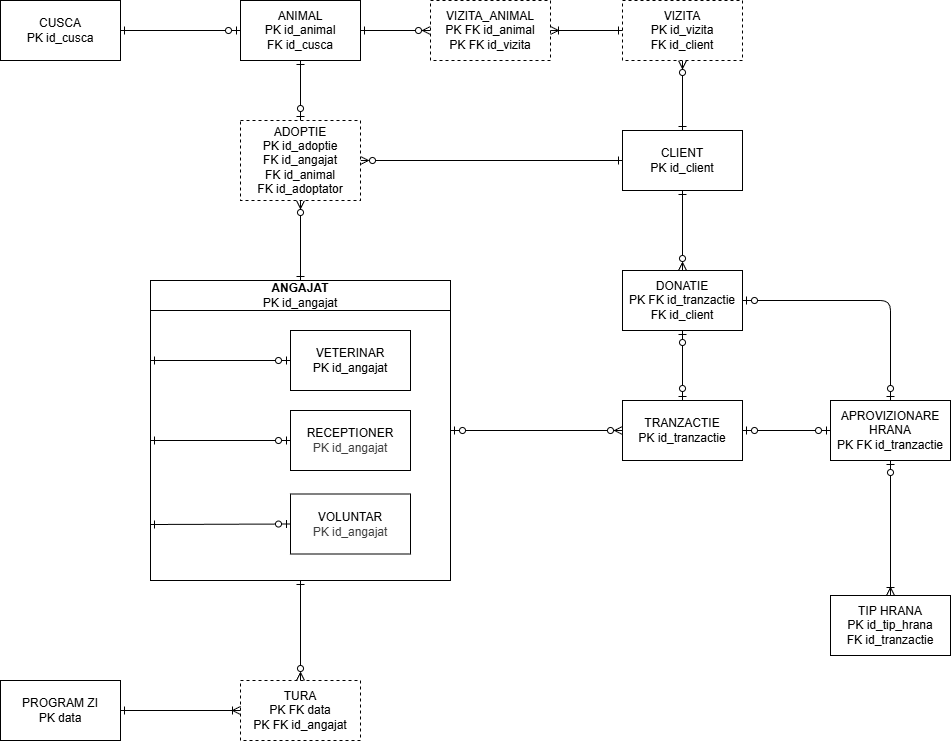
Before: resurse/img/schema-conceptuala-platforma-adoptii.png, a diagram exported from draw.io (Vlad576/Proiect-platforma-adoptii). Source tidied: cells renumbered, new cells last; positions are measured from the earlier drawing's top-left corner, leaving out a move shared by most shapes. The source it was exported from:
```xml
<mxGraphModel>
  <root>
    <mxCell id="0" />
    <mxCell id="1" parent="0" />
    <mxCell id="2" value="ANIMAL&lt;div&gt;PK id_animal&lt;/div&gt;&lt;div&gt;FK id_cusca&lt;/div&gt;" style="rounded=0;whiteSpace=wrap;html=1;" parent="1" vertex="1">
      <mxGeometry x="240" width="120" height="60" as="geometry" />
    </mxCell>
    <mxCell id="3" value="&lt;div&gt;&lt;font color=&quot;#000000&quot;&gt;CLIENT&lt;/font&gt;&lt;/div&gt;&lt;div&gt;PK id_client&lt;/div&gt;" style="rounded=0;whiteSpace=wrap;html=1;" parent="1" vertex="1">
      <mxGeometry x="622" y="130" width="120" height="60" as="geometry" />
    </mxCell>
    <mxCell id="4" style="group;" parent="1" vertex="1">
      <mxGeometry x="150" y="280" width="300" height="300" as="geometry" />
    </mxCell>
    <mxCell id="5" value="ANGAJAT&lt;div&gt;&lt;span style=&quot;font-weight: normal;&quot;&gt;PK id_angajat&lt;/span&gt;&lt;/div&gt;" style="swimlane;whiteSpace=wrap;html=1;startSize=30;" parent="4" vertex="1">
      <mxGeometry width="300" height="300" as="geometry" />
    </mxCell>
    <mxCell id="6" style="endArrow=ERzeroToOne;html=1;entryX=0;entryY=0.5;entryDx=0;entryDy=0;endFill=0;startArrow=ERone;startFill=0;" parent="4" edge="1" target="10">
      <mxGeometry relative="1" as="geometry">
        <mxPoint y="244" as="sourcePoint" />
      </mxGeometry>
    </mxCell>
    <mxCell id="7" style="endArrow=ERzeroToOne;html=1;entryX=0;entryY=0.5;entryDx=0;entryDy=0;endFill=0;startArrow=ERone;startFill=0;" parent="4" edge="1" target="8">
      <mxGeometry relative="1" as="geometry">
        <mxPoint y="80" as="sourcePoint" />
        <Array as="points">
          <mxPoint y="80" />
        </Array>
      </mxGeometry>
    </mxCell>
    <mxCell id="8" value="VETERINAR&lt;div&gt;PK id_angajat&lt;/div&gt;" style="rounded=0;whiteSpace=wrap;html=1;" parent="4" vertex="1">
      <mxGeometry x="140" y="50" width="120" height="60" as="geometry" />
    </mxCell>
    <mxCell id="9" value="RECEPTIONER&lt;div&gt;&lt;span style=&quot;color: rgb(63, 63, 63);&quot;&gt;PK id_angajat&lt;/span&gt;&lt;/div&gt;" style="rounded=0;whiteSpace=wrap;html=1;" parent="4" vertex="1">
      <mxGeometry x="140" y="130" width="120" height="60" as="geometry" />
    </mxCell>
    <mxCell id="10" value="VOLUNTAR&lt;div&gt;&lt;span style=&quot;color: rgb(63, 63, 63);&quot;&gt;PK id_angajat&lt;/span&gt;&lt;/div&gt;" style="rounded=0;whiteSpace=wrap;html=1;" parent="4" vertex="1">
      <mxGeometry x="140" y="213.5" width="120" height="60" as="geometry" />
    </mxCell>
    <mxCell id="11" style="endArrow=ERzeroToOne;html=1;entryX=0;entryY=0.5;entryDx=0;entryDy=0;endFill=0;startArrow=ERone;startFill=0;" parent="4" edge="1" target="9">
      <mxGeometry relative="1" as="geometry">
        <mxPoint y="160" as="sourcePoint" />
      </mxGeometry>
    </mxCell>
    <mxCell id="12" value="TURA&lt;div&gt;PK FK data&lt;/div&gt;&lt;div&gt;PK FK id_angajat&lt;/div&gt;" style="rounded=0;whiteSpace=wrap;html=1;dashed=1;" parent="1" vertex="1">
      <mxGeometry x="240" y="680" width="120" height="60" as="geometry" />
    </mxCell>
    <mxCell id="13" value="CUSCA&lt;div&gt;PK id_cusca&lt;/div&gt;" style="rounded=0;whiteSpace=wrap;html=1;" parent="1" vertex="1">
      <mxGeometry width="120" height="60" as="geometry" />
    </mxCell>
    <mxCell id="14" style="endArrow=ERzeroToMany;html=1;entryX=0.5;entryY=1;entryDx=0;entryDy=0;exitX=0.5;exitY=0;exitDx=0;exitDy=0;edgeStyle=orthogonalEdgeStyle;elbow=vertical;endFill=0;startArrow=ERone;startFill=0;" parent="1" edge="1" source="5" target="24">
      <mxGeometry relative="1" as="geometry" />
    </mxCell>
    <mxCell id="15" style="endArrow=ERzeroToMany;html=1;entryX=0.5;entryY=0;entryDx=0;entryDy=0;exitX=0.5;exitY=1;exitDx=0;exitDy=0;endFill=0;startArrow=ERone;startFill=0;" parent="1" edge="1" source="5" target="12">
      <mxGeometry relative="1" as="geometry" />
    </mxCell>
    <mxCell id="16" style="endArrow=ERone;html=1;exitX=1;exitY=0.5;exitDx=0;exitDy=0;entryX=0;entryY=0.5;entryDx=0;entryDy=0;endFill=0;startArrow=ERzeroToMany;startFill=0;" parent="1" edge="1" source="24" target="3">
      <mxGeometry relative="1" as="geometry" />
    </mxCell>
    <mxCell id="17" style="endArrow=ERzeroToOne;html=1;exitX=0.5;exitY=1;exitDx=0;exitDy=0;entryX=0.5;entryY=0;entryDx=0;entryDy=0;endFill=0;startArrow=ERone;startFill=0;" parent="1" edge="1" source="2" target="24">
      <mxGeometry relative="1" as="geometry" />
    </mxCell>
    <mxCell id="18" style="endArrow=ERzeroToOne;html=1;exitX=1;exitY=0.5;exitDx=0;exitDy=0;entryX=0;entryY=0.5;entryDx=0;entryDy=0;endFill=0;startArrow=ERone;startFill=0;" parent="1" edge="1" source="13" target="2">
      <mxGeometry relative="1" as="geometry" />
    </mxCell>
    <mxCell id="19" style="endArrow=ERone;html=1;entryX=0.5;entryY=0;entryDx=0;entryDy=0;endFill=0;exitX=0.5;exitY=1;exitDx=0;exitDy=0;startArrow=ERzeroToMany;startFill=0;" parent="1" edge="1" source="23" target="3">
      <mxGeometry relative="1" as="geometry" />
    </mxCell>
    <mxCell id="20" style="endArrow=ERzeroToMany;html=1;exitX=1;exitY=0.5;exitDx=0;exitDy=0;endFill=0;entryX=0;entryY=0.5;entryDx=0;entryDy=0;startArrow=ERone;startFill=0;" parent="1" edge="1" source="2" target="25">
      <mxGeometry relative="1" as="geometry" />
    </mxCell>
    <mxCell id="21" value="PROGRAM ZI&lt;div&gt;PK data&lt;/div&gt;" style="rounded=0;whiteSpace=wrap;html=1;" parent="1" vertex="1">
      <mxGeometry y="680" width="120" height="60" as="geometry" />
    </mxCell>
    <mxCell id="22" style="endArrow=ERoneToMany;html=1;exitX=1;exitY=0.5;exitDx=0;exitDy=0;entryX=0;entryY=0.5;entryDx=0;entryDy=0;endFill=0;startArrow=ERone;startFill=0;" parent="1" edge="1" source="21" target="12">
      <mxGeometry relative="1" as="geometry" />
    </mxCell>
    <mxCell id="23" value="VIZITA&lt;div&gt;PK id_vizita&lt;/div&gt;&lt;div&gt;FK id_client&lt;/div&gt;" style="rounded=0;whiteSpace=wrap;html=1;dashed=1;" parent="1" vertex="1">
      <mxGeometry x="622" width="120" height="60" as="geometry" />
    </mxCell>
    <mxCell id="24" value="ADOPTIE&lt;div&gt;PK id_adoptie&lt;/div&gt;&lt;div&gt;FK id_angajat&lt;/div&gt;&lt;div&gt;FK id_animal&lt;/div&gt;&lt;div&gt;FK id_adoptator&lt;/div&gt;" style="rounded=0;whiteSpace=wrap;html=1;dashed=1;" parent="1" vertex="1">
      <mxGeometry x="240" y="120" width="120" height="80" as="geometry" />
    </mxCell>
    <mxCell id="25" value="VIZITA_ANIMAL&lt;div&gt;PK FK id_animal&lt;/div&gt;&lt;div&gt;PK FK id_vizita&lt;/div&gt;" style="rounded=0;whiteSpace=wrap;html=1;dashed=1;" parent="1" vertex="1">
      <mxGeometry x="430" width="120" height="60" as="geometry" />
    </mxCell>
    <mxCell id="26" style="endArrow=ERone;html=1;entryX=0;entryY=0.5;entryDx=0;entryDy=0;exitX=1;exitY=0.5;exitDx=0;exitDy=0;endFill=0;startArrow=ERoneToMany;startFill=0;" parent="1" edge="1" source="25" target="23">
      <mxGeometry relative="1" as="geometry" />
    </mxCell>
    <mxCell id="27" value="TRANZACTIE&lt;div&gt;PK id_tranzactie&lt;/div&gt;" style="rounded=0;whiteSpace=wrap;html=1;" parent="1" vertex="1">
      <mxGeometry x="622" y="400" width="120" height="60" as="geometry" />
    </mxCell>
    <mxCell id="28" style="endArrow=ERzeroToMany;html=1;exitX=1;exitY=0.5;exitDx=0;exitDy=0;entryX=0;entryY=0.5;entryDx=0;entryDy=0;endFill=0;startArrow=ERzeroToOne;startFill=0;" parent="1" edge="1" source="5" target="27">
      <mxGeometry relative="1" as="geometry" />
    </mxCell>
    <mxCell id="29" value="DONATIE&lt;div&gt;PK FK id_tranzactie&lt;/div&gt;&lt;div&gt;FK id_client&lt;/div&gt;" style="rounded=0;whiteSpace=wrap;html=1;" parent="1" vertex="1">
      <mxGeometry x="622" y="270" width="120" height="60" as="geometry" />
    </mxCell>
    <mxCell id="30" value="APROVIZIONARE&lt;div&gt;HRANA&lt;/div&gt;&lt;div&gt;PK FK id_tranzactie&lt;/div&gt;" style="rounded=0;whiteSpace=wrap;html=1;" parent="1" vertex="1">
      <mxGeometry x="830" y="400" width="120" height="60" as="geometry" />
    </mxCell>
    <mxCell id="31" value="TIP HRANA&lt;div&gt;PK id_tip_hrana&lt;/div&gt;&lt;div&gt;FK id_tranzactie&lt;/div&gt;" style="rounded=0;whiteSpace=wrap;html=1;" parent="1" vertex="1">
      <mxGeometry x="830" y="595" width="120" height="60" as="geometry" />
    </mxCell>
    <mxCell id="32" style="endArrow=ERzeroToOne;html=1;exitX=0.5;exitY=1;exitDx=0;exitDy=0;endFill=0;startArrow=ERzeroToOne;startFill=0;entryX=0.5;entryY=0;entryDx=0;entryDy=0;" parent="1" edge="1" source="29" target="27">
      <mxGeometry relative="1" as="geometry" />
    </mxCell>
    <mxCell id="33" style="endArrow=ERzeroToOne;html=1;exitX=1;exitY=0.5;exitDx=0;exitDy=0;entryX=0;entryY=0.5;entryDx=0;entryDy=0;endFill=0;startArrow=ERzeroToOne;startFill=0;" parent="1" edge="1" source="27" target="30">
      <mxGeometry relative="1" as="geometry" />
    </mxCell>
    <mxCell id="34" style="endArrow=ERoneToMany;html=1;entryX=0.5;entryY=0;entryDx=0;entryDy=0;endFill=0;exitX=0.5;exitY=1;exitDx=0;exitDy=0;startArrow=ERzeroToOne;startFill=0;" parent="1" edge="1" source="30" target="31">
      <mxGeometry relative="1" as="geometry" />
    </mxCell>
    <mxCell id="35" style="endArrow=ERzeroToOne;html=1;exitX=1;exitY=0.5;exitDx=0;exitDy=0;entryX=0.5;entryY=0;entryDx=0;entryDy=0;endFill=0;startArrow=ERzeroToOne;startFill=0;" parent="1" edge="1" source="29" target="30">
      <mxGeometry relative="1" as="geometry">
        <Array as="points">
          <mxPoint x="890" y="300" />
        </Array>
      </mxGeometry>
    </mxCell>
    <mxCell id="36" style="endArrow=ERzeroToMany;html=1;entryX=0.5;entryY=0;entryDx=0;entryDy=0;endFill=0;exitX=0.5;exitY=1;exitDx=0;exitDy=0;startArrow=ERone;startFill=0;" parent="1" edge="1" source="3" target="29">
      <mxGeometry relative="1" as="geometry" />
    </mxCell>
  </root>
</mxGraphModel>
```
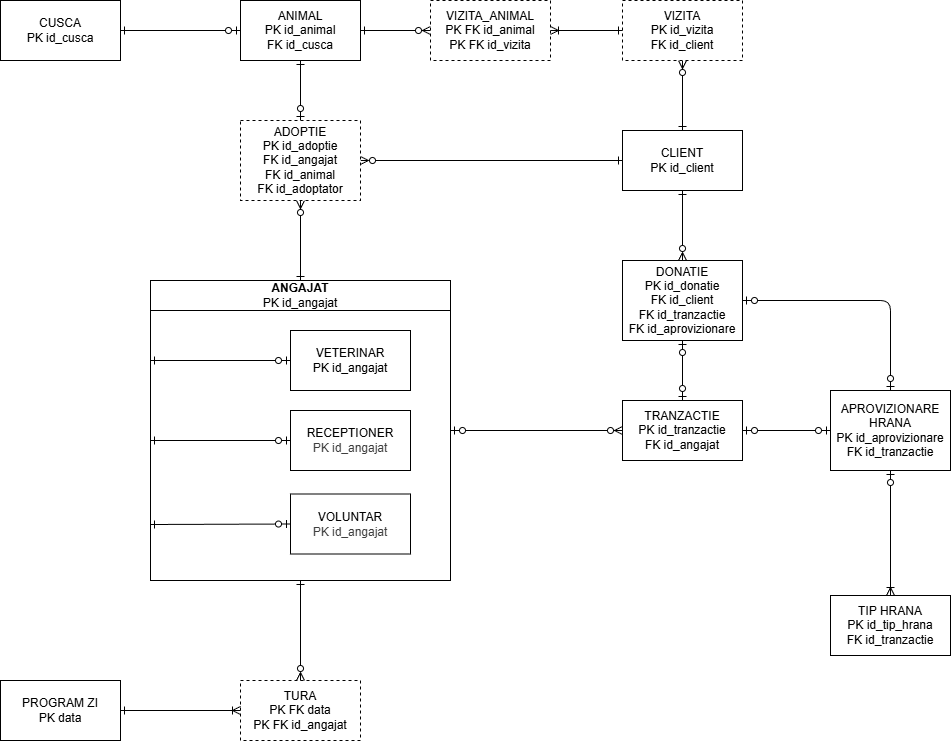
After the commit.

The edit, as a diff of the source:
```diff
@@ -86,17 +86,17 @@
     <mxCell id="26" style="endArrow=ERone;html=1;entryX=0;entryY=0.5;entryDx=0;entryDy=0;exitX=1;exitY=0.5;exitDx=0;exitDy=0;endFill=0;startArrow=ERoneToMany;startFill=0;" parent="1" edge="1" source="25" target="23">
       <mxGeometry relative="1" as="geometry" />
     </mxCell>
-    <mxCell id="27" value="TRANZACTIE&lt;div&gt;PK id_tranzactie&lt;/div&gt;" style="rounded=0;whiteSpace=wrap;html=1;" parent="1" vertex="1">
+    <mxCell id="27" value="TRANZACTIE&lt;div&gt;PK id_tranzactie&lt;/div&gt;&lt;div&gt;FK id_angajat&lt;/div&gt;" style="rounded=0;whiteSpace=wrap;html=1;" parent="1" vertex="1">
       <mxGeometry x="622" y="400" width="120" height="60" as="geometry" />
     </mxCell>
     <mxCell id="28" style="endArrow=ERzeroToMany;html=1;exitX=1;exitY=0.5;exitDx=0;exitDy=0;entryX=0;entryY=0.5;entryDx=0;entryDy=0;endFill=0;startArrow=ERzeroToOne;startFill=0;" parent="1" edge="1" source="5" target="27">
       <mxGeometry relative="1" as="geometry" />
     </mxCell>
-    <mxCell id="29" value="DONATIE&lt;div&gt;PK FK id_tranzactie&lt;/div&gt;&lt;div&gt;FK id_client&lt;/div&gt;" style="rounded=0;whiteSpace=wrap;html=1;" parent="1" vertex="1">
-      <mxGeometry x="622" y="270" width="120" height="60" as="geometry" />
+    <mxCell id="29" value="DONATIE&lt;div&gt;PK id_donatie&lt;/div&gt;&lt;div&gt;FK id_client&lt;/div&gt;&lt;div&gt;FK id_tranzactie&lt;/div&gt;&lt;div&gt;FK id_aprovizionare&lt;/div&gt;" style="rounded=0;whiteSpace=wrap;html=1;" parent="1" vertex="1">
+      <mxGeometry x="622" y="260" width="120" height="80" as="geometry" />
     </mxCell>
-    <mxCell id="30" value="APROVIZIONARE&lt;div&gt;HRANA&lt;/div&gt;&lt;div&gt;PK FK id_tranzactie&lt;/div&gt;" style="rounded=0;whiteSpace=wrap;html=1;" parent="1" vertex="1">
-      <mxGeometry x="830" y="400" width="120" height="60" as="geometry" />
+    <mxCell id="30" value="APROVIZIONARE&lt;div&gt;HRANA&lt;/div&gt;&lt;div&gt;PK id_aprovizionare&lt;/div&gt;&lt;div&gt;FK id_tranzactie&lt;/div&gt;" style="rounded=0;whiteSpace=wrap;html=1;" parent="1" vertex="1">
+      <mxGeometry x="830" y="390" width="120" height="80" as="geometry" />
     </mxCell>
     <mxCell id="31" value="TIP HRANA&lt;div&gt;PK id_tip_hrana&lt;/div&gt;&lt;div&gt;FK id_tranzactie&lt;/div&gt;" style="rounded=0;whiteSpace=wrap;html=1;" parent="1" vertex="1">
       <mxGeometry x="830" y="595" width="120" height="60" as="geometry" />
```
